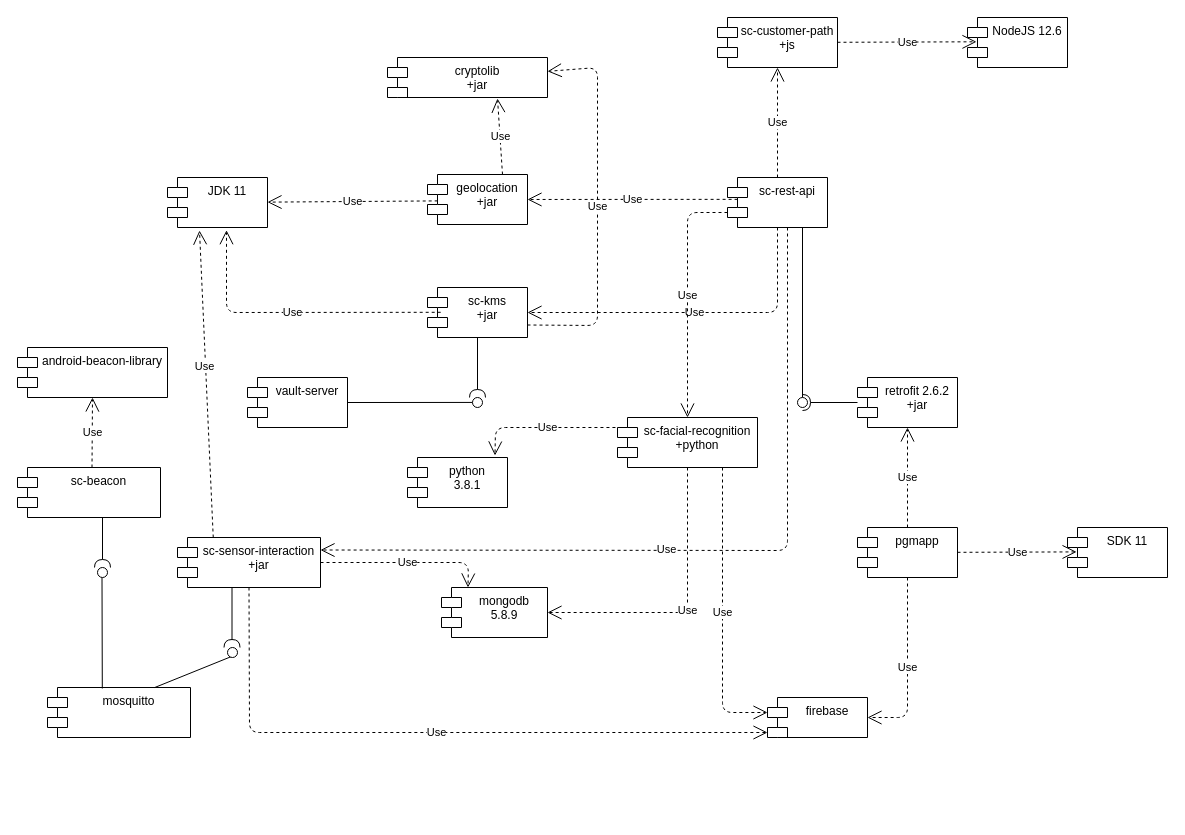
The draw.io diagram diagrams/ComponentDiagram.drawio in jessicaraman/pds-stardust, before the edit. Source tidied: cells renumbered, new cells numbered last; positions are measured from the earlier drawing's top-left corner, leaving out a move shared by most shapes. Both pictures are drawn from the tidied source at 100%, with x=0, y=0 at pixel (17, 17).
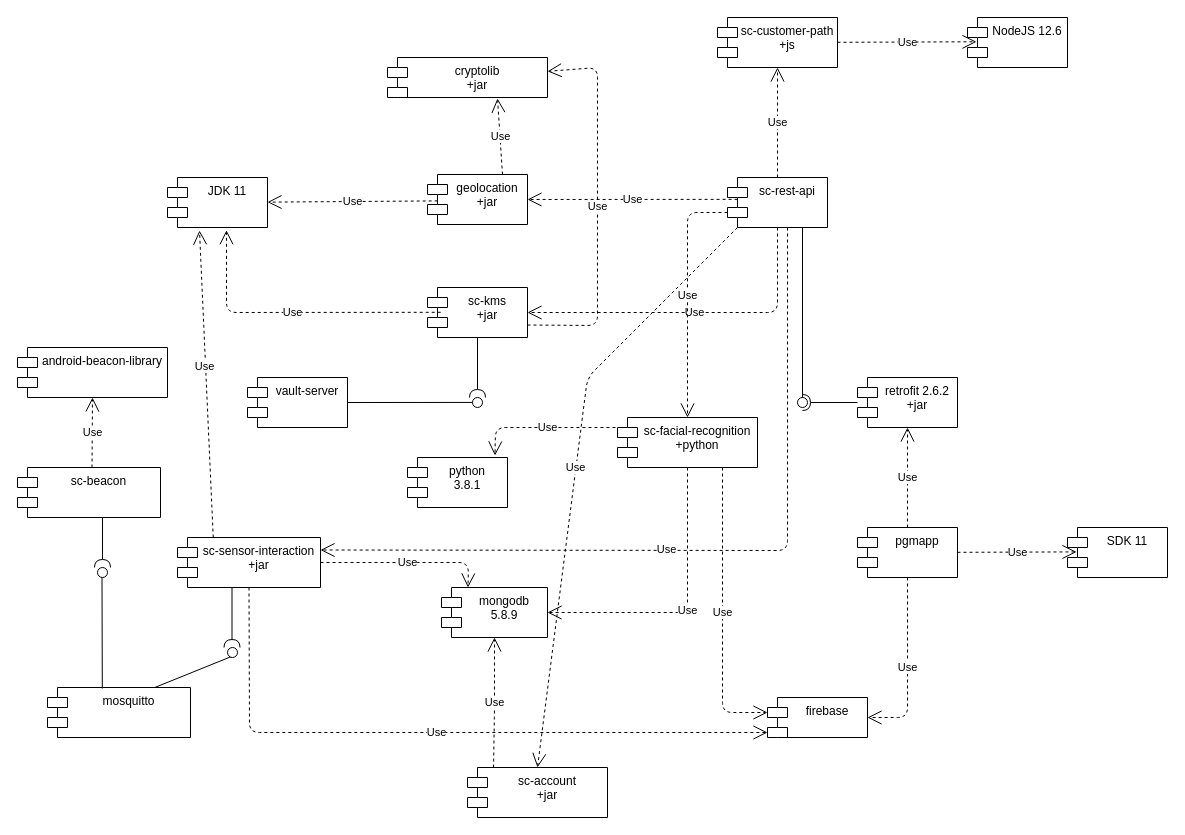
Above is the later version.

Commit message (it also covers changes not shown here):
[DIAGRAMS] Update sequency and component diagrams

The change refers to these unchanged cells:
```xml
<mxCell id="9" value="sc-rest-api" style="shape=module;align=left;spacingLeft=20;align=center;verticalAlign=top;" parent="1" vertex="1">
  <mxGeometry x="710" y="160" width="100" height="50" as="geometry" />
</mxCell>
<mxCell id="30" value="mongodb&#10;5.8.9" style="shape=module;align=left;spacingLeft=20;align=center;verticalAlign=top;" parent="1" vertex="1">
  <mxGeometry x="424" y="570" width="106" height="50" as="geometry" />
</mxCell>
```

What changed in the source:
```diff
@@
+    <mxCell id="53" value="sc-account&#10;+jar" style="shape=module;align=left;spacingLeft=20;align=center;verticalAlign=top;" parent="1" vertex="1">
+      <mxGeometry x="450" y="750" width="140" height="50" as="geometry" />
+    </mxCell>
+    <mxCell id="54" value="Use" style="endArrow=open;endSize=12;dashed=1;html=1;exitX=0;exitY=1;exitDx=10;exitDy=0;entryX=0.5;entryY=0;entryDx=0;entryDy=0;exitPerimeter=0;" parent="1" edge="1" source="9" target="53">
+      <mxGeometry relative="1" as="geometry">
+        <Array as="points">
+          <mxPoint x="570" y="360" />
+        </Array>
+      </mxGeometry>
+    </mxCell>
+    <mxCell id="55" value="Use" style="endArrow=open;endSize=12;dashed=1;html=1;entryX=0.5;entryY=1;entryDx=0;entryDy=0;exitX=0.186;exitY=0;exitDx=0;exitDy=0;exitPerimeter=0;" parent="1" edge="1" source="53" target="30">
+      <mxGeometry relative="1" as="geometry">
+        <Array as="points">
+          <mxPoint x="477" y="690" />
+        </Array>
+      </mxGeometry>
+    </mxCell>
```
